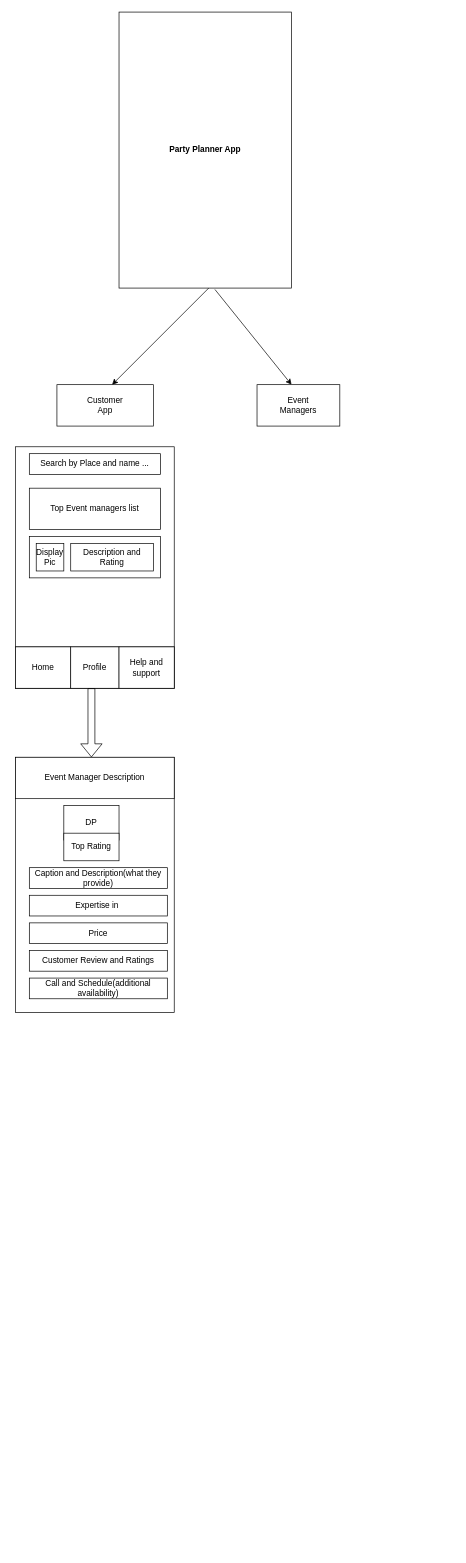
Earlier version of the draw.io diagram Untitled Diagram.drawio (shreya-mishra/Party-planner-app). Source tidied: cells renumbered, new cells numbered last; positions are measured from the earlier drawing's top-left corner, leaving out a move shared by most shapes. Both pictures are drawn from the tidied source at 69%, with x=0, y=0 at pixel (15, 12).
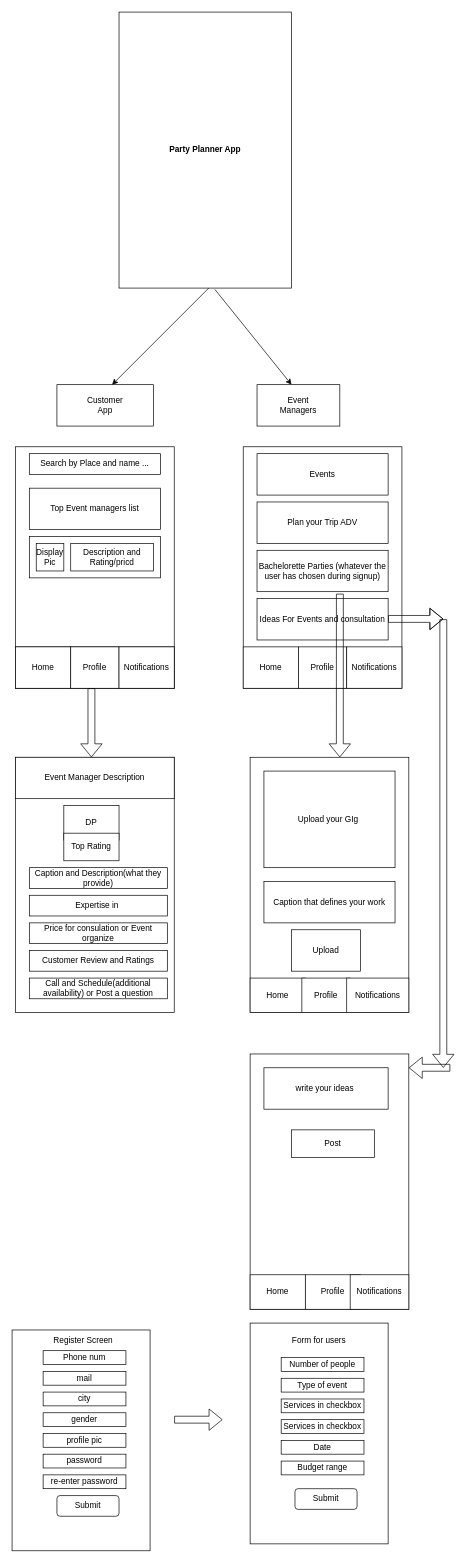
The same page after the edit.

Commit message:
Rds-app

Change to the diagram source:
```diff
@@
-    <mxCell id="15" value="Description and Rating" style="rounded=0;whiteSpace=wrap;html=1;" parent="1" vertex="1">
+    <mxCell id="15" value="Description and Rating/pricd" style="rounded=0;whiteSpace=wrap;html=1;" parent="1" vertex="1">
       <mxGeometry x="80" y="770" width="120" height="40" as="geometry" />
     </mxCell>
@@
-    <mxCell id="21" value="Help and support" style="rounded=0;whiteSpace=wrap;html=1;" parent="1" vertex="1">
+    <mxCell id="21" value="Notifications" style="rounded=0;whiteSpace=wrap;html=1;" parent="1" vertex="1">
       <mxGeometry x="150" y="920" width="80" height="60" as="geometry" />
     </mxCell>
@@
-    <mxCell id="28" value="Price" style="rounded=0;whiteSpace=wrap;html=1;" parent="1" vertex="1">
+    <mxCell id="28" value="Price for consulation or Event organize" style="rounded=0;whiteSpace=wrap;html=1;" parent="1" vertex="1">
       <mxGeometry x="20" y="1320" width="200" height="30" as="geometry" />
     </mxCell>
-    <mxCell id="29" value="Call and Schedule(additional availability)" style="rounded=0;whiteSpace=wrap;html=1;" parent="1" vertex="1">
+    <mxCell id="29" value="Call and Schedule(additional availability) or Post a question" style="rounded=0;whiteSpace=wrap;html=1;" parent="1" vertex="1">
       <mxGeometry x="20" y="1400" width="200" height="30" as="geometry" />
     </mxCell>
+    <mxCell id="30" style="rounded=0;whiteSpace=wrap;html=1;" parent="1" vertex="1">
+      <mxGeometry x="330" y="630" width="230" height="350" as="geometry" />
+    </mxCell>
+    <mxCell id="31" value="Home" style="rounded=0;whiteSpace=wrap;html=1;" parent="1" vertex="1">
+      <mxGeometry x="330" y="920" width="80" height="60" as="geometry" />
+    </mxCell>
+    <mxCell id="32" value="Profile" style="rounded=0;whiteSpace=wrap;html=1;" parent="1" vertex="1">
+      <mxGeometry x="410" y="920" width="70" height="60" as="geometry" />
+    </mxCell>
+    <mxCell id="33" value="Notifications" style="rounded=0;whiteSpace=wrap;html=1;" parent="1" vertex="1">
+      <mxGeometry x="480" y="920" width="80" height="60" as="geometry" />
+    </mxCell>
+    <mxCell id="34" value="Events" style="rounded=0;whiteSpace=wrap;html=1;" parent="1" vertex="1">
+      <mxGeometry x="350" y="640" width="190" height="60" as="geometry" />
+    </mxCell>
+    <mxCell id="35" value="Plan your Trip ADV" style="rounded=0;whiteSpace=wrap;html=1;" parent="1" vertex="1">
+      <mxGeometry x="350" y="710" width="190" height="60" as="geometry" />
+    </mxCell>
+    <mxCell id="36" value="Bachelorette Parties (whatever the user has chosen during signup)" style="rounded=0;whiteSpace=wrap;html=1;" parent="1" vertex="1">
+      <mxGeometry x="350" y="780" width="190" height="60" as="geometry" />
+    </mxCell>
+    <mxCell id="37" value="Ideas For Events and consultation" style="rounded=0;whiteSpace=wrap;html=1;" parent="1" vertex="1">
+      <mxGeometry x="350" y="850" width="190" height="60" as="geometry" />
+    </mxCell>
+    <mxCell id="38" style="rounded=0;whiteSpace=wrap;html=1;" parent="1" vertex="1">
+      <mxGeometry x="340" y="1080" width="230" height="370" as="geometry" />
+    </mxCell>
+    <mxCell id="39" value="Upload your GIg&amp;nbsp;" style="rounded=0;whiteSpace=wrap;html=1;" parent="1" vertex="1">
+      <mxGeometry x="360" y="1100" width="190" height="140" as="geometry" />
+    </mxCell>
+    <mxCell id="40" value="Caption that defines your work" style="rounded=0;whiteSpace=wrap;html=1;" parent="1" vertex="1">
+      <mxGeometry x="360" y="1260" width="190" height="60" as="geometry" />
+    </mxCell>
+    <mxCell id="41" value="Upload" style="rounded=0;whiteSpace=wrap;html=1;" parent="1" vertex="1">
+      <mxGeometry x="400" y="1330" width="100" height="60" as="geometry" />
+    </mxCell>
+    <mxCell id="42" value="Home" style="rounded=0;whiteSpace=wrap;html=1;" parent="1" vertex="1">
+      <mxGeometry x="340" y="1400" width="80" height="50" as="geometry" />
+    </mxCell>
+    <mxCell id="43" value="Profile" style="rounded=0;whiteSpace=wrap;html=1;" parent="1" vertex="1">
+      <mxGeometry x="415" y="1400" width="70" height="50" as="geometry" />
+    </mxCell>
+    <mxCell id="44" value="Notifications" style="rounded=0;whiteSpace=wrap;html=1;" parent="1" vertex="1">
+      <mxGeometry x="480" y="1400" width="90" height="50" as="geometry" />
+    </mxCell>
+    <mxCell id="45" style="shape=flexArrow;endArrow=classic;html=1;rounded=0;exitX=0.632;exitY=1.05;exitDx=0;exitDy=0;exitPerimeter=0;" parent="1" edge="1" source="36">
+      <mxGeometry relative="1" as="geometry">
+        <mxPoint x="470" y="1080" as="targetPoint" />
+      </mxGeometry>
+    </mxCell>
+    <mxCell id="46" style="rounded=0;whiteSpace=wrap;html=1;" parent="1" vertex="1">
+      <mxGeometry x="340" y="1510" width="230" height="370" as="geometry" />
+    </mxCell>
+    <mxCell id="47" value="Home" style="rounded=0;whiteSpace=wrap;html=1;" parent="1" vertex="1">
+      <mxGeometry x="340" y="1830" width="80" height="50" as="geometry" />
+    </mxCell>
+    <mxCell id="48" value="Profile" style="rounded=0;whiteSpace=wrap;html=1;" parent="1" vertex="1">
+      <mxGeometry x="420" y="1830" width="80" height="50" as="geometry" />
+    </mxCell>
+    <mxCell id="49" value="Notifications" style="rounded=0;whiteSpace=wrap;html=1;" parent="1" vertex="1">
+      <mxGeometry x="485" y="1830" width="85" height="50" as="geometry" />
+    </mxCell>
+    <mxCell id="50" style="shape=flexArrow;endArrow=classic;html=1;rounded=0;" parent="1" edge="1">
+      <mxGeometry relative="1" as="geometry">
+        <mxPoint x="620" y="880" as="sourcePoint" />
+        <mxPoint x="620" y="1530" as="targetPoint" />
+      </mxGeometry>
+    </mxCell>
+    <mxCell id="51" style="shape=flexArrow;endArrow=classic;html=1;rounded=0;" parent="1" edge="1">
+      <mxGeometry relative="1" as="geometry">
+        <mxPoint x="540" y="879.5" as="sourcePoint" />
+        <mxPoint x="620" y="879.5" as="targetPoint" />
+        <Array as="points">
+          <mxPoint x="600" y="879.5" />
+        </Array>
+      </mxGeometry>
+    </mxCell>
+    <mxCell id="52" style="shape=flexArrow;endArrow=classic;html=1;rounded=0;" parent="1" edge="1">
+      <mxGeometry relative="1" as="geometry">
+        <mxPoint x="630" y="1530" as="sourcePoint" />
+        <mxPoint x="570" y="1530" as="targetPoint" />
+        <Array as="points">
+          <mxPoint x="630" y="1530" />
+        </Array>
+      </mxGeometry>
+    </mxCell>
+    <mxCell id="53" value="write your ideas&amp;nbsp;" style="rounded=0;whiteSpace=wrap;html=1;" parent="1" vertex="1">
+      <mxGeometry x="360" y="1530" width="180" height="60" as="geometry" />
+    </mxCell>
+    <mxCell id="54" value="Post" style="rounded=0;whiteSpace=wrap;html=1;" parent="1" vertex="1">
+      <mxGeometry x="400" y="1620" width="120" height="40" as="geometry" />
+    </mxCell>
+    <mxCell id="55" style="rounded=0;whiteSpace=wrap;html=1;" parent="1" vertex="1">
+      <mxGeometry x="-5" y="1910" width="200" height="320" as="geometry" />
+    </mxCell>
+    <mxCell id="56" value="Register Screen&amp;nbsp;" style="text;html=1;strokeColor=none;fillColor=none;align=center;verticalAlign=middle;whiteSpace=wrap;rounded=0;" parent="1" vertex="1">
+      <mxGeometry x="30" y="1910" width="140" height="30" as="geometry" />
+    </mxCell>
+    <mxCell id="57" value="Phone num" style="rounded=0;whiteSpace=wrap;html=1;" parent="1" vertex="1">
+      <mxGeometry x="40" y="1940" width="120" height="20" as="geometry" />
+    </mxCell>
+    <mxCell id="58" value="mail" style="rounded=0;whiteSpace=wrap;html=1;" parent="1" vertex="1">
+      <mxGeometry x="40" y="1970" width="120" height="20" as="geometry" />
+    </mxCell>
+    <mxCell id="59" value="city" style="rounded=0;whiteSpace=wrap;html=1;" parent="1" vertex="1">
+      <mxGeometry x="40" y="2000" width="120" height="20" as="geometry" />
+    </mxCell>
+    <mxCell id="60" value="gender" style="rounded=0;whiteSpace=wrap;html=1;" parent="1" vertex="1">
+      <mxGeometry x="40" y="2030" width="120" height="20" as="geometry" />
+    </mxCell>
+    <mxCell id="61" value="profile pic" style="rounded=0;whiteSpace=wrap;html=1;" parent="1" vertex="1">
+      <mxGeometry x="40" y="2060" width="120" height="20" as="geometry" />
+    </mxCell>
+    <mxCell id="62" value="password" style="rounded=0;whiteSpace=wrap;html=1;" parent="1" vertex="1">
+      <mxGeometry x="40" y="2090" width="120" height="20" as="geometry" />
+    </mxCell>
+    <mxCell id="63" value="re-enter password" style="rounded=0;whiteSpace=wrap;html=1;" parent="1" vertex="1">
+      <mxGeometry x="40" y="2120" width="120" height="20" as="geometry" />
+    </mxCell>
+    <mxCell id="64" value="Submit" style="rounded=1;whiteSpace=wrap;html=1;" parent="1" vertex="1">
+      <mxGeometry x="60" y="2150" width="90" height="30" as="geometry" />
+    </mxCell>
+    <mxCell id="65" style="shape=flexArrow;endArrow=classic;html=1;rounded=0;" parent="1" edge="1">
+      <mxGeometry relative="1" as="geometry">
+        <mxPoint x="230" y="2040" as="sourcePoint" />
+        <mxPoint x="300" y="2040" as="targetPoint" />
+      </mxGeometry>
+    </mxCell>
+    <mxCell id="66" style="rounded=0;whiteSpace=wrap;html=1;" parent="1" vertex="1">
+      <mxGeometry x="340" y="1900" width="200" height="320" as="geometry" />
+    </mxCell>
+    <mxCell id="67" value="Form for users" style="text;html=1;strokeColor=none;fillColor=none;align=center;verticalAlign=middle;whiteSpace=wrap;rounded=0;" parent="1" vertex="1">
+      <mxGeometry x="380" y="1910" width="120" height="30" as="geometry" />
+    </mxCell>
+    <mxCell id="68" value="Number of people" style="rounded=0;whiteSpace=wrap;html=1;" parent="1" vertex="1">
+      <mxGeometry x="385" y="1950" width="120" height="20" as="geometry" />
+    </mxCell>
+    <mxCell id="69" value="Type of event" style="rounded=0;whiteSpace=wrap;html=1;" parent="1" vertex="1">
+      <mxGeometry x="385" y="1980" width="120" height="20" as="geometry" />
+    </mxCell>
+    <mxCell id="70" value="Services in checkbox" style="rounded=0;whiteSpace=wrap;html=1;" parent="1" vertex="1">
+      <mxGeometry x="385" y="2010" width="120" height="20" as="geometry" />
+    </mxCell>
+    <mxCell id="71" value="Services in checkbox" style="rounded=0;whiteSpace=wrap;html=1;" parent="1" vertex="1">
+      <mxGeometry x="385" y="2040" width="120" height="20" as="geometry" />
+    </mxCell>
+    <mxCell id="72" value="Date" style="rounded=0;whiteSpace=wrap;html=1;" parent="1" vertex="1">
+      <mxGeometry x="385" y="2070" width="120" height="20" as="geometry" />
+    </mxCell>
+    <mxCell id="73" value="Budget range" style="rounded=0;whiteSpace=wrap;html=1;" parent="1" vertex="1">
+      <mxGeometry x="385" y="2100" width="120" height="20" as="geometry" />
+    </mxCell>
+    <mxCell id="74" value="Submit" style="rounded=1;whiteSpace=wrap;html=1;" parent="1" vertex="1">
+      <mxGeometry x="405" y="2140" width="90" height="30" as="geometry" />
+    </mxCell>
```
